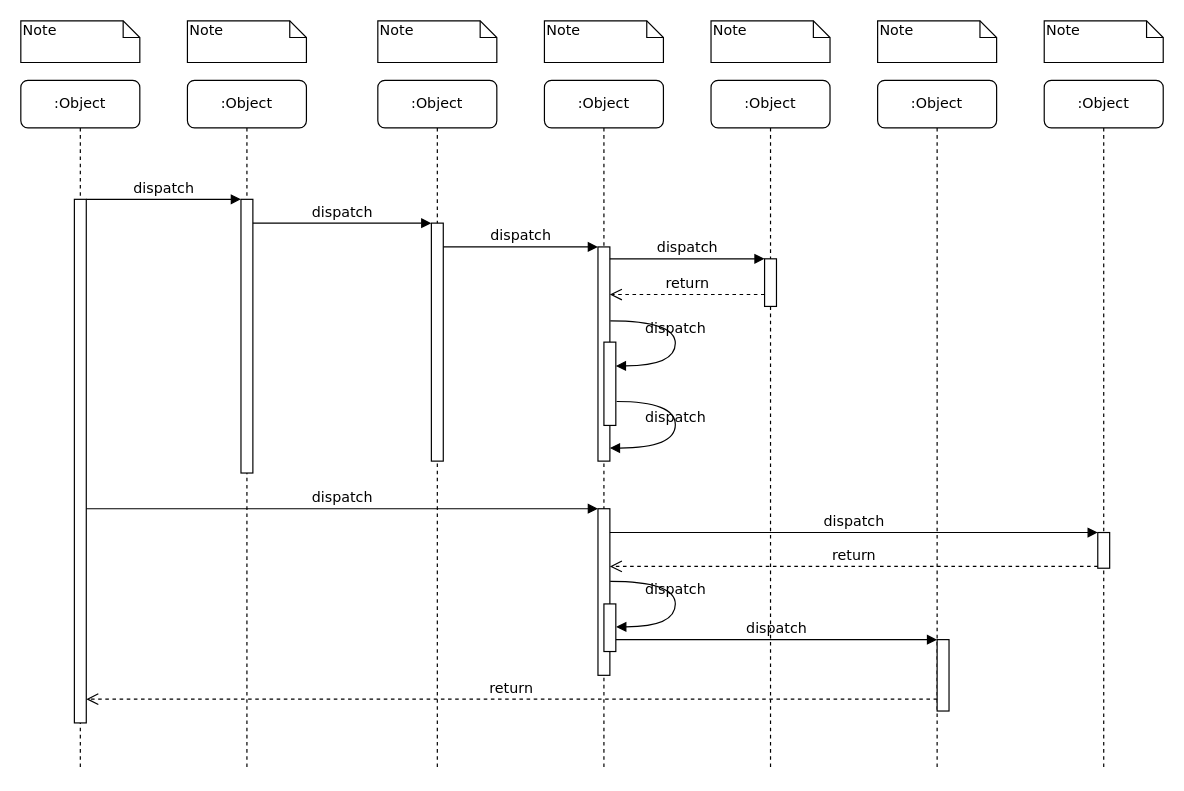
guohuan0126/fileEncrypt keeps this draw.io diagram as 未命名绘图.drawio. Above is the earlier version. Source tidied: cells renumbered, new cells numbered last; positions are measured from the earlier drawing's top-left corner, leaving out a move shared by most shapes. Both pictures are drawn from the tidied source at 119%, with x=0, y=0 at pixel (20, 20).
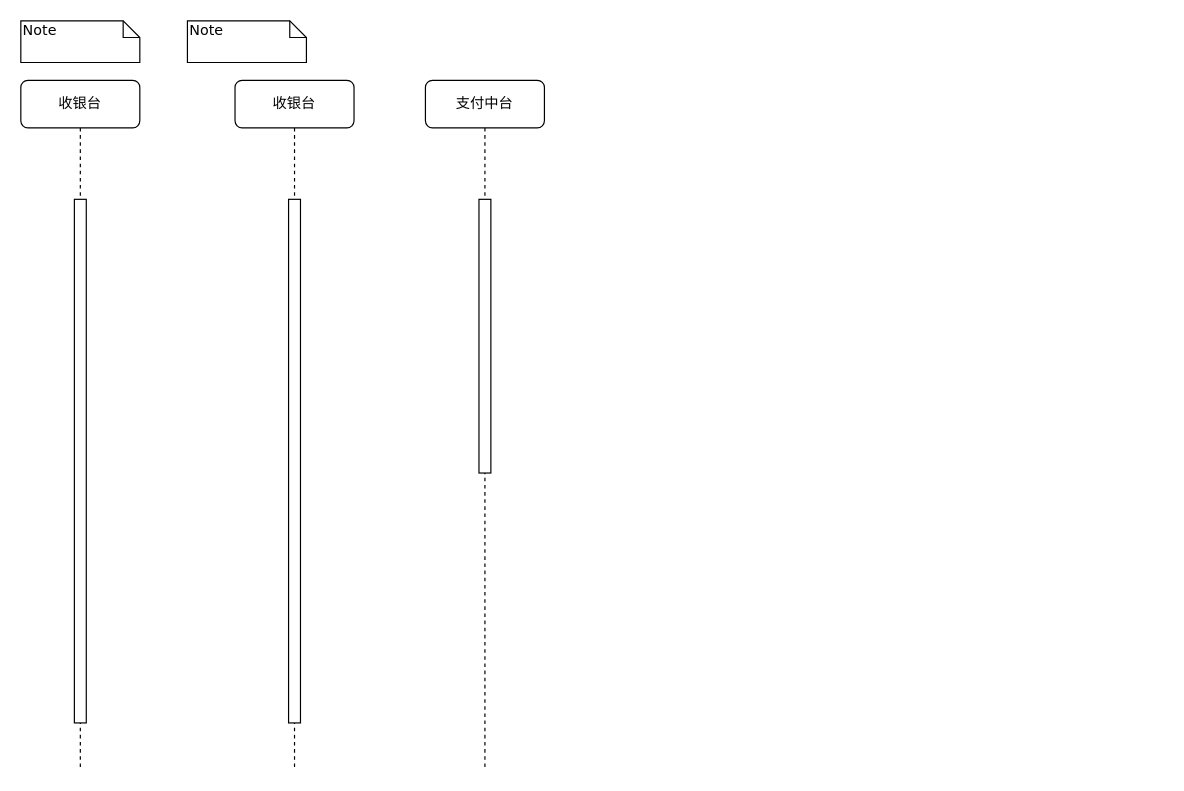
The same page after the edit.

Commit message:
支付拆单时序.drawio

The change refers to these unchanged cells:
```xml
<mxCell id="3" style="html=1;points=[];perimeter=orthogonalPerimeter;rounded=0;shadow=0;comic=0;labelBackgroundColor=none;strokeWidth=1;fontFamily=Verdana;fontSize=12;align=center;" parent="2" vertex="1">
  <mxGeometry x="45" y="100" width="10" height="230" as="geometry" />
</mxCell>
<mxCell id="11" style="html=1;points=[];perimeter=orthogonalPerimeter;rounded=0;shadow=0;comic=0;labelBackgroundColor=none;strokeWidth=1;fontFamily=Verdana;fontSize=12;align=center;" parent="10" vertex="1">
  <mxGeometry x="45" y="100" width="10" height="440" as="geometry" />
</mxCell>
```

Change to the diagram source:
```diff
@@
-    <mxCell id="2" value=":Object" style="shape=umlLifeline;perimeter=lifelinePerimeter;whiteSpace=wrap;html=1;rounded=1;shadow=0;comic=0;labelBackgroundColor=none;strokeWidth=1;fontFamily=Verdana;fontSize=12;align=center;" parent="1" vertex="1">
-      <mxGeometry x="140" y="50" width="100" height="580" as="geometry" />
+    <mxCell id="2" value="支付中台" style="shape=umlLifeline;perimeter=lifelinePerimeter;whiteSpace=wrap;html=1;rounded=1;shadow=0;comic=0;labelBackgroundColor=none;strokeWidth=1;fontFamily=Verdana;fontSize=12;align=center;" parent="1" vertex="1">
+      <mxGeometry x="340" y="50" width="100" height="580" as="geometry" />
     </mxCell>
@@
-    <mxCell id="4" value=":Object" style="shape=umlLifeline;perimeter=lifelinePerimeter;whiteSpace=wrap;html=1;rounded=1;shadow=0;comic=0;labelBackgroundColor=none;strokeWidth=1;fontFamily=Verdana;fontSize=12;align=center;" parent="1" vertex="1">
-      <mxGeometry x="300" y="50" width="100" height="580" as="geometry" />
-    </mxCell>
-    <mxCell id="5" style="html=1;points=[];perimeter=orthogonalPerimeter;rounded=0;shadow=0;comic=0;labelBackgroundColor=none;strokeWidth=1;fontFamily=Verdana;fontSize=12;align=center;" parent="4" vertex="1">
-      <mxGeometry x="45" y="120" width="10" height="200" as="geometry" />
-    </mxCell>
-    <mxCell id="6" value=":Object" style="shape=umlLifeline;perimeter=lifelinePerimeter;whiteSpace=wrap;html=1;rounded=1;shadow=0;comic=0;labelBackgroundColor=none;strokeWidth=1;fontFamily=Verdana;fontSize=12;align=center;" parent="1" vertex="1">
-      <mxGeometry x="440" y="50" width="100" height="580" as="geometry" />
-    </mxCell>
-    <mxCell id="7" value=":Object" style="shape=umlLifeline;perimeter=lifelinePerimeter;whiteSpace=wrap;html=1;rounded=1;shadow=0;comic=0;labelBackgroundColor=none;strokeWidth=1;fontFamily=Verdana;fontSize=12;align=center;" parent="1" vertex="1">
-      <mxGeometry x="580" y="50" width="100" height="580" as="geometry" />
-    </mxCell>
-    <mxCell id="8" value=":Object" style="shape=umlLifeline;perimeter=lifelinePerimeter;whiteSpace=wrap;html=1;rounded=1;shadow=0;comic=0;labelBackgroundColor=none;strokeWidth=1;fontFamily=Verdana;fontSize=12;align=center;" parent="1" vertex="1">
-      <mxGeometry x="720" y="50" width="100" height="580" as="geometry" />
-    </mxCell>
-    <mxCell id="9" value=":Object" style="shape=umlLifeline;perimeter=lifelinePerimeter;whiteSpace=wrap;html=1;rounded=1;shadow=0;comic=0;labelBackgroundColor=none;strokeWidth=1;fontFamily=Verdana;fontSize=12;align=center;" parent="1" vertex="1">
-      <mxGeometry x="860" y="50" width="100" height="580" as="geometry" />
-    </mxCell>
-    <mxCell id="10" value=":Object" style="shape=umlLifeline;perimeter=lifelinePerimeter;whiteSpace=wrap;html=1;rounded=1;shadow=0;comic=0;labelBackgroundColor=none;strokeWidth=1;fontFamily=Verdana;fontSize=12;align=center;" parent="1" vertex="1">
+    <mxCell id="10" value="收银台" style="shape=umlLifeline;perimeter=lifelinePerimeter;whiteSpace=wrap;html=1;rounded=1;shadow=0;comic=0;labelBackgroundColor=none;strokeWidth=1;fontFamily=Verdana;fontSize=12;align=center;" parent="1" vertex="1">
       <mxGeometry y="50" width="100" height="580" as="geometry" />
     </mxCell>
@@
-    <mxCell id="12" style="html=1;points=[];perimeter=orthogonalPerimeter;rounded=0;shadow=0;comic=0;labelBackgroundColor=none;strokeWidth=1;fontFamily=Verdana;fontSize=12;align=center;" parent="1" vertex="1">
-      <mxGeometry x="485" y="190" width="10" height="180" as="geometry" />
-    </mxCell>
-    <mxCell id="13" value="dispatch" style="html=1;verticalAlign=bottom;endArrow=block;labelBackgroundColor=none;fontFamily=Verdana;fontSize=12;edgeStyle=elbowEdgeStyle;elbow=vertical;" parent="1" edge="1" source="5" target="12">
-      <mxGeometry relative="1" as="geometry">
-        <Array as="points">
-          <mxPoint x="360" y="190" />
-        </Array>
-      </mxGeometry>
-    </mxCell>
-    <mxCell id="14" style="html=1;points=[];perimeter=orthogonalPerimeter;rounded=0;shadow=0;comic=0;labelBackgroundColor=none;strokeWidth=1;fontFamily=Verdana;fontSize=12;align=center;" parent="1" vertex="1">
-      <mxGeometry x="625" y="200" width="10" height="40" as="geometry" />
-    </mxCell>
-    <mxCell id="15" value="dispatch" style="html=1;verticalAlign=bottom;endArrow=block;entryX=0;entryY=0;labelBackgroundColor=none;fontFamily=Verdana;fontSize=12;edgeStyle=elbowEdgeStyle;elbow=vertical;" parent="1" edge="1" source="12" target="14">
-      <mxGeometry relative="1" as="geometry" />
-    </mxCell>
-    <mxCell id="16" value="return" style="html=1;verticalAlign=bottom;endArrow=open;dashed=1;endSize=8;labelBackgroundColor=none;fontFamily=Verdana;fontSize=12;edgeStyle=elbowEdgeStyle;elbow=vertical;" parent="1" edge="1" source="14" target="12">
-      <mxGeometry relative="1" as="geometry">
-        <Array as="points">
-          <mxPoint x="570" y="230" />
-          <mxPoint x="600" y="230" />
-        </Array>
-      </mxGeometry>
-    </mxCell>
-    <mxCell id="17" style="html=1;points=[];perimeter=orthogonalPerimeter;rounded=0;shadow=0;comic=0;labelBackgroundColor=none;strokeWidth=1;fontFamily=Verdana;fontSize=12;align=center;" parent="1" vertex="1">
-      <mxGeometry x="485" y="410" width="10" height="140" as="geometry" />
-    </mxCell>
-    <mxCell id="18" value="dispatch" style="html=1;verticalAlign=bottom;endArrow=block;entryX=0;entryY=0;labelBackgroundColor=none;fontFamily=Verdana;fontSize=12;" parent="1" edge="1" source="11" target="17">
-      <mxGeometry relative="1" as="geometry" />
-    </mxCell>
-    <mxCell id="19" style="html=1;points=[];perimeter=orthogonalPerimeter;rounded=0;shadow=0;comic=0;labelBackgroundColor=none;strokeColor=#000000;strokeWidth=1;fillColor=#FFFFFF;fontFamily=Verdana;fontSize=12;fontColor=#000000;align=center;" parent="1" vertex="1">
-      <mxGeometry x="905" y="430" width="10" height="30" as="geometry" />
-    </mxCell>
-    <mxCell id="20" value="dispatch" style="html=1;verticalAlign=bottom;endArrow=block;entryX=0;entryY=0;labelBackgroundColor=none;fontFamily=Verdana;fontSize=12;" parent="1" edge="1" source="17" target="19">
-      <mxGeometry relative="1" as="geometry" />
-    </mxCell>
-    <mxCell id="21" value="return" style="html=1;verticalAlign=bottom;endArrow=open;dashed=1;endSize=8;exitX=0;exitY=0.95;labelBackgroundColor=none;fontFamily=Verdana;fontSize=12;" parent="1" edge="1" source="19" target="17">
-      <mxGeometry relative="1" as="geometry" />
-    </mxCell>
-    <mxCell id="22" style="html=1;points=[];perimeter=orthogonalPerimeter;rounded=0;shadow=0;comic=0;labelBackgroundColor=none;strokeWidth=1;fontFamily=Verdana;fontSize=12;align=center;" parent="1" vertex="1">
-      <mxGeometry x="770" y="520" width="10" height="60" as="geometry" />
-    </mxCell>
-    <mxCell id="23" value="dispatch" style="html=1;verticalAlign=bottom;endArrow=block;entryX=0;entryY=0;labelBackgroundColor=none;fontFamily=Verdana;fontSize=12;edgeStyle=elbowEdgeStyle;elbow=vertical;" parent="1" edge="1" source="30" target="22">
-      <mxGeometry relative="1" as="geometry" />
-    </mxCell>
-    <mxCell id="24" value="return" style="html=1;verticalAlign=bottom;endArrow=open;dashed=1;endSize=8;labelBackgroundColor=none;fontFamily=Verdana;fontSize=12;edgeStyle=elbowEdgeStyle;elbow=vertical;" parent="1" edge="1" source="22" target="11">
-      <mxGeometry relative="1" as="geometry">
-        <Array as="points">
-          <mxPoint x="470" y="570" />
-        </Array>
-      </mxGeometry>
-    </mxCell>
-    <mxCell id="25" value="dispatch" style="html=1;verticalAlign=bottom;endArrow=block;entryX=0;entryY=0;labelBackgroundColor=none;fontFamily=Verdana;fontSize=12;edgeStyle=elbowEdgeStyle;elbow=vertical;" parent="1" edge="1" source="11" target="3">
-      <mxGeometry relative="1" as="geometry" />
-    </mxCell>
-    <mxCell id="26" value="dispatch" style="html=1;verticalAlign=bottom;endArrow=block;entryX=0;entryY=0;labelBackgroundColor=none;fontFamily=Verdana;fontSize=12;edgeStyle=elbowEdgeStyle;elbow=vertical;" parent="1" edge="1" source="3" target="5">
-      <mxGeometry relative="1" as="geometry" />
-    </mxCell>
-    <mxCell id="27" style="html=1;points=[];perimeter=orthogonalPerimeter;rounded=0;shadow=0;comic=0;labelBackgroundColor=none;strokeWidth=1;fontFamily=Verdana;fontSize=12;align=center;" parent="1" vertex="1">
-      <mxGeometry x="490" y="270" width="10" height="70" as="geometry" />
-    </mxCell>
-    <mxCell id="28" value="dispatch" style="html=1;verticalAlign=bottom;endArrow=block;labelBackgroundColor=none;fontFamily=Verdana;fontSize=12;elbow=vertical;edgeStyle=orthogonalEdgeStyle;curved=1;entryX=1;entryY=0.286;entryPerimeter=0;exitX=1.038;exitY=0.345;exitPerimeter=0;" parent="1" edge="1" source="12" target="27">
-      <mxGeometry relative="1" as="geometry">
-        <Array as="points">
-          <mxPoint x="550" y="252" />
-          <mxPoint x="550" y="290" />
-        </Array>
-      </mxGeometry>
-    </mxCell>
-    <mxCell id="29" value="dispatch" style="html=1;verticalAlign=bottom;endArrow=block;labelBackgroundColor=none;fontFamily=Verdana;fontSize=12;elbow=vertical;edgeStyle=orthogonalEdgeStyle;curved=1;exitX=1.066;exitY=0.713;exitPerimeter=0;" parent="1" edge="1" source="27">
-      <mxGeometry relative="1" as="geometry">
-        <mxPoint x="495" y="359" as="targetPoint" />
-        <Array as="points">
-          <mxPoint x="550" y="320" />
-          <mxPoint x="550" y="359" />
-        </Array>
-      </mxGeometry>
-    </mxCell>
-    <mxCell id="30" style="html=1;points=[];perimeter=orthogonalPerimeter;rounded=0;shadow=0;comic=0;labelBackgroundColor=none;strokeWidth=1;fontFamily=Verdana;fontSize=12;align=center;" parent="1" vertex="1">
-      <mxGeometry x="490" y="490" width="10" height="40" as="geometry" />
-    </mxCell>
-    <mxCell id="31" value="dispatch" style="html=1;verticalAlign=bottom;endArrow=block;labelBackgroundColor=none;fontFamily=Verdana;fontSize=12;elbow=vertical;edgeStyle=orthogonalEdgeStyle;curved=1;entryX=1;entryY=0.286;entryPerimeter=0;exitX=1.038;exitY=0.345;exitPerimeter=0;" parent="1" edge="1">
-      <mxGeometry relative="1" as="geometry">
-        <mxPoint x="495.3" y="471" as="sourcePoint" />
-        <mxPoint x="500.3" y="509.3" as="targetPoint" />
-        <Array as="points">
-          <mxPoint x="550" y="471" />
-          <mxPoint x="550" y="509" />
-        </Array>
-      </mxGeometry>
-    </mxCell>
@@
-    <mxCell id="34" value="Note" style="shape=note;whiteSpace=wrap;html=1;size=14;verticalAlign=top;align=left;spacingTop=-6;rounded=0;shadow=0;comic=0;labelBackgroundColor=none;strokeWidth=1;fontFamily=Verdana;fontSize=12;" parent="1" vertex="1">
-      <mxGeometry x="300" width="100" height="35" as="geometry" />
-    </mxCell>
-    <mxCell id="35" value="Note" style="shape=note;whiteSpace=wrap;html=1;size=14;verticalAlign=top;align=left;spacingTop=-6;rounded=0;shadow=0;comic=0;labelBackgroundColor=none;strokeWidth=1;fontFamily=Verdana;fontSize=12;" parent="1" vertex="1">
-      <mxGeometry x="440" width="100" height="35" as="geometry" />
-    </mxCell>
-    <mxCell id="36" value="Note" style="shape=note;whiteSpace=wrap;html=1;size=14;verticalAlign=top;align=left;spacingTop=-6;rounded=0;shadow=0;comic=0;labelBackgroundColor=none;strokeWidth=1;fontFamily=Verdana;fontSize=12;" parent="1" vertex="1">
-      <mxGeometry x="580" width="100" height="35" as="geometry" />
-    </mxCell>
-    <mxCell id="37" value="Note" style="shape=note;whiteSpace=wrap;html=1;size=14;verticalAlign=top;align=left;spacingTop=-6;rounded=0;shadow=0;comic=0;labelBackgroundColor=none;strokeWidth=1;fontFamily=Verdana;fontSize=12;" parent="1" vertex="1">
-      <mxGeometry x="720" width="100" height="35" as="geometry" />
-    </mxCell>
-    <mxCell id="38" value="Note" style="shape=note;whiteSpace=wrap;html=1;size=14;verticalAlign=top;align=left;spacingTop=-6;rounded=0;shadow=0;comic=0;labelBackgroundColor=none;strokeWidth=1;fontFamily=Verdana;fontSize=12;" parent="1" vertex="1">
-      <mxGeometry x="860" width="100" height="35" as="geometry" />
-    </mxCell>
+    <mxCell id="39" value="收银台" style="shape=umlLifeline;perimeter=lifelinePerimeter;whiteSpace=wrap;html=1;rounded=1;shadow=0;comic=0;labelBackgroundColor=none;strokeWidth=1;fontFamily=Verdana;fontSize=12;align=center;" parent="1" vertex="1">
+      <mxGeometry x="180" y="50" width="100" height="580" as="geometry" />
+    </mxCell>
+    <mxCell id="40" style="html=1;perimeter=orthogonalPerimeter;rounded=0;shadow=0;comic=0;labelBackgroundColor=none;strokeWidth=1;fontFamily=Verdana;fontSize=12;align=center;" parent="39" vertex="1">
+      <mxGeometry x="45" y="100" width="10" height="440" as="geometry" />
+    </mxCell>
```
